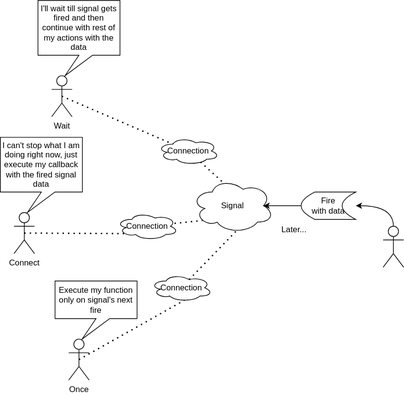
Above: Signal/Concept.svg in BhaskarPanja93/BhariyaRoblox (draw.io), before the change. Source tidied: cells renumbered, new cells last; positions are measured from the earlier drawing's top-left corner, leaving out a move shared by most shapes. Its diagram source:
```xml
<mxGraphModel>
  <root>
    <mxCell id="0" />
    <mxCell id="1" parent="0" />
    <mxCell id="2" value="Signal" style="ellipse;shape=cloud;whiteSpace=wrap;html=1;" parent="1" vertex="1">
      <mxGeometry x="280" y="260" width="120" height="80" as="geometry" />
    </mxCell>
    <mxCell id="3" value="Wait" style="shape=umlActor;verticalLabelPosition=bottom;verticalAlign=top;html=1;outlineConnect=0;" parent="1" vertex="1">
      <mxGeometry x="75" y="110" width="30" height="60" as="geometry" />
    </mxCell>
    <mxCell id="4" value="Connect" style="shape=umlActor;verticalLabelPosition=bottom;verticalAlign=top;html=1;outlineConnect=0;" parent="1" vertex="1">
      <mxGeometry x="20" y="310" width="30" height="60" as="geometry" />
    </mxCell>
    <mxCell id="5" style="endArrow=none;dashed=1;html=1;dashPattern=1 3;strokeWidth=2;rounded=0;exitX=0.5;exitY=0.5;exitDx=0;exitDy=0;exitPerimeter=0;entryX=0.4;entryY=0.1;entryDx=0;entryDy=0;entryPerimeter=0;" parent="1" edge="1" source="10" target="2">
      <mxGeometry relative="1" as="geometry" />
    </mxCell>
    <mxCell id="6" style="endArrow=none;dashed=1;html=1;dashPattern=1 3;strokeWidth=2;rounded=0;entryX=0.13;entryY=0.77;entryDx=0;entryDy=0;entryPerimeter=0;exitX=0.5;exitY=0.5;exitDx=0;exitDy=0;exitPerimeter=0;" parent="1" edge="1" source="8" target="2">
      <mxGeometry relative="1" as="geometry" />
    </mxCell>
    <mxCell id="7" style="endArrow=none;dashed=1;html=1;dashPattern=1 3;strokeWidth=2;rounded=0;entryX=0.13;entryY=0.77;entryDx=0;entryDy=0;entryPerimeter=0;exitX=0.5;exitY=0.5;exitDx=0;exitDy=0;exitPerimeter=0;" parent="1" edge="1" source="4" target="8">
      <mxGeometry relative="1" as="geometry" />
    </mxCell>
    <mxCell id="8" value="Connection" style="ellipse;shape=cloud;whiteSpace=wrap;html=1;" parent="1" vertex="1">
      <mxGeometry x="170" y="310" width="90" height="40" as="geometry" />
    </mxCell>
    <mxCell id="9" style="endArrow=none;dashed=1;html=1;dashPattern=1 3;strokeWidth=2;rounded=0;exitX=0.5;exitY=0.5;exitDx=0;exitDy=0;exitPerimeter=0;entryX=0.25;entryY=0.25;entryDx=0;entryDy=0;entryPerimeter=0;" parent="1" edge="1" source="3" target="10">
      <mxGeometry relative="1" as="geometry" />
    </mxCell>
    <mxCell id="10" value="Connection" style="ellipse;shape=cloud;whiteSpace=wrap;html=1;" parent="1" vertex="1">
      <mxGeometry x="230" y="200" width="90" height="40" as="geometry" />
    </mxCell>
    <mxCell id="11" value="I'll wait till signal gets fired and then continue with rest of my actions with the data" style="shape=callout;whiteSpace=wrap;html=1;perimeter=calloutPerimeter;position2=0.33;" parent="1" vertex="1">
      <mxGeometry x="55" width="120" height="110" as="geometry" />
    </mxCell>
    <mxCell id="12" value="I can't stop what I am doing right now, just execute my callback with the fired signal data" style="shape=callout;whiteSpace=wrap;html=1;perimeter=calloutPerimeter;position2=0.33;" parent="1" vertex="1">
      <mxGeometry y="200" width="120" height="110" as="geometry" />
    </mxCell>
    <mxCell id="13" style="edgeStyle=orthogonalEdgeStyle;rounded=0;jettySize=auto;html=1;entryX=0.875;entryY=0.5;entryDx=0;entryDy=0;entryPerimeter=0;exitX=0;exitY=0.5;exitDx=0;exitDy=0;" parent="1" edge="1" source="16" target="2">
      <mxGeometry relative="1" as="geometry" />
    </mxCell>
    <mxCell id="14" style="edgeStyle=orthogonalEdgeStyle;rounded=0;jettySize=auto;html=1;exitX=0.5;exitY=0;exitDx=0;exitDy=0;exitPerimeter=0;entryX=1;entryY=0.5;entryDx=0;entryDy=0;curved=1;" parent="1" edge="1" source="15" target="16">
      <mxGeometry relative="1" as="geometry" />
    </mxCell>
    <mxCell id="15" style="shape=umlActor;verticalLabelPosition=bottom;verticalAlign=top;html=1;outlineConnect=0;" parent="1" vertex="1">
      <mxGeometry x="560" y="330" width="30" height="60" as="geometry" />
    </mxCell>
    <mxCell id="16" value="Fire &lt;br&gt;with data" style="shape=dataStorage;whiteSpace=wrap;html=1;fixedSize=1;" parent="1" vertex="1">
      <mxGeometry x="440" y="280" width="80" height="40" as="geometry" />
    </mxCell>
    <mxCell id="17" value="Later..." style="text;html=1;strokeColor=none;fillColor=none;align=center;verticalAlign=middle;whiteSpace=wrap;rounded=0;" parent="1" vertex="1">
      <mxGeometry x="400" y="320" width="60" height="30" as="geometry" />
    </mxCell>
    <mxCell id="18" value="Once" style="shape=umlActor;verticalLabelPosition=bottom;verticalAlign=top;html=1;outlineConnect=0;" parent="1" vertex="1">
      <mxGeometry x="100" y="495" width="30" height="60" as="geometry" />
    </mxCell>
    <mxCell id="19" value="Execute my function only on signal's next fire" style="shape=callout;whiteSpace=wrap;html=1;perimeter=calloutPerimeter;position2=0.33;" parent="1" vertex="1">
      <mxGeometry x="80" y="410" width="120" height="85" as="geometry" />
    </mxCell>
    <mxCell id="20" value="Connection" style="ellipse;shape=cloud;whiteSpace=wrap;html=1;" parent="1" vertex="1">
      <mxGeometry x="220" y="400" width="90" height="40" as="geometry" />
    </mxCell>
    <mxCell id="21" style="endArrow=none;dashed=1;html=1;dashPattern=1 3;strokeWidth=2;rounded=0;entryX=0.55;entryY=0.95;entryDx=0;entryDy=0;entryPerimeter=0;exitX=0.625;exitY=0.2;exitDx=0;exitDy=0;exitPerimeter=0;" parent="1" edge="1" source="20" target="2">
      <mxGeometry relative="1" as="geometry" />
    </mxCell>
    <mxCell id="22" style="endArrow=none;dashed=1;html=1;dashPattern=1 3;strokeWidth=2;rounded=0;exitX=0.5;exitY=0.5;exitDx=0;exitDy=0;exitPerimeter=0;entryX=0.55;entryY=0.95;entryDx=0;entryDy=0;entryPerimeter=0;" parent="1" edge="1" source="18" target="20">
      <mxGeometry relative="1" as="geometry" />
    </mxCell>
  </root>
</mxGraphModel>
```
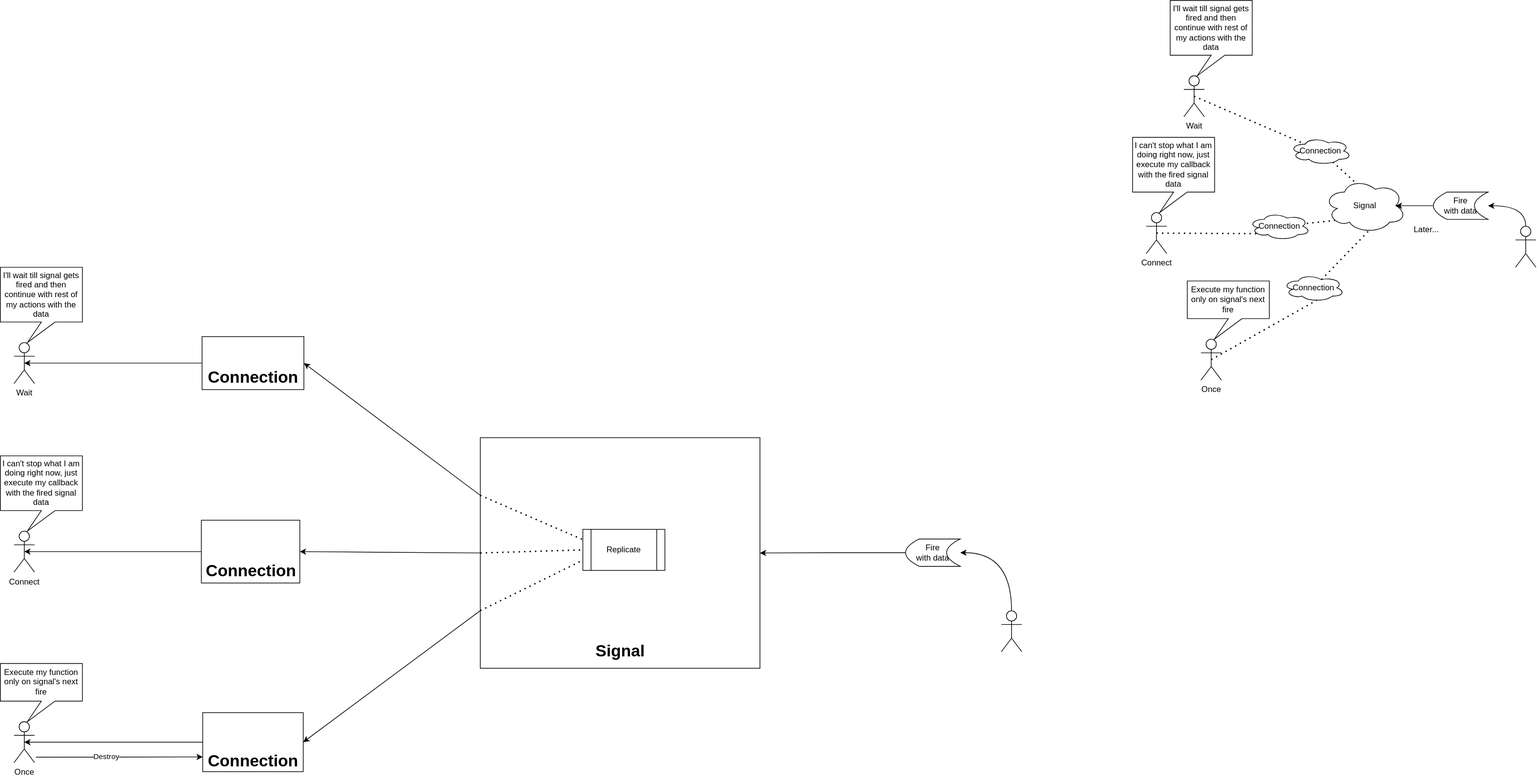
Later version of the same file.

What changed in the source:
```diff
@@ -65,5 +65,97 @@
     <mxCell id="22" style="endArrow=none;dashed=1;html=1;dashPattern=1 3;strokeWidth=2;rounded=0;exitX=0.5;exitY=0.5;exitDx=0;exitDy=0;exitPerimeter=0;entryX=0.55;entryY=0.95;entryDx=0;entryDy=0;entryPerimeter=0;" parent="1" edge="1" source="18" target="20">
       <mxGeometry relative="1" as="geometry" />
     </mxCell>
+    <mxCell id="23" style="rounded=0;whiteSpace=wrap;html=1;" parent="1" vertex="1">
+      <mxGeometry x="-954" y="639" width="409" height="337" as="geometry" />
+    </mxCell>
+    <mxCell id="24" style="rounded=0;whiteSpace=wrap;html=1;" parent="1" vertex="1">
+      <mxGeometry x="-1360" y="1040.9" width="147" height="86.2" as="geometry" />
+    </mxCell>
+    <mxCell id="25" style="rounded=0;whiteSpace=wrap;html=1;" parent="1" vertex="1">
+      <mxGeometry x="-1362" y="759.6" width="144" height="91.8" as="geometry" />
+    </mxCell>
+    <mxCell id="26" style="rounded=0;whiteSpace=wrap;html=1;" parent="1" vertex="1">
+      <mxGeometry x="-1361" y="491.2" width="149" height="77.5" as="geometry" />
+    </mxCell>
+    <mxCell id="27" value="&lt;h1&gt;Signal&lt;/h1&gt;" style="text;html=1;strokeColor=none;fillColor=none;align=center;verticalAlign=middle;whiteSpace=wrap;rounded=0;" parent="1" vertex="1">
+      <mxGeometry x="-779.5" y="936" width="60" height="30" as="geometry" />
+    </mxCell>
+    <mxCell id="28" value="&lt;h1&gt;Connection&lt;/h1&gt;" style="text;html=1;strokeColor=none;fillColor=none;align=center;verticalAlign=middle;whiteSpace=wrap;rounded=0;" parent="1" vertex="1">
+      <mxGeometry x="-1316.5" y="536" width="60" height="30" as="geometry" />
+    </mxCell>
+    <mxCell id="29" value="&lt;h1&gt;Connection&lt;/h1&gt;" style="text;html=1;strokeColor=none;fillColor=none;align=center;verticalAlign=middle;whiteSpace=wrap;rounded=0;" parent="1" vertex="1">
+      <mxGeometry x="-1319" y="818.9" width="60" height="30" as="geometry" />
+    </mxCell>
+    <mxCell id="30" value="&lt;h1&gt;Connection&lt;/h1&gt;" style="text;html=1;strokeColor=none;fillColor=none;align=center;verticalAlign=middle;whiteSpace=wrap;rounded=0;" parent="1" vertex="1">
+      <mxGeometry x="-1316.5" y="1097.1" width="60" height="30" as="geometry" />
+    </mxCell>
+    <mxCell id="31" value="Wait" style="shape=umlActor;verticalLabelPosition=bottom;verticalAlign=top;html=1;outlineConnect=0;" parent="1" vertex="1">
+      <mxGeometry x="-1636" y="500" width="30" height="60" as="geometry" />
+    </mxCell>
+    <mxCell id="32" value="I'll wait till signal gets fired and then continue with rest of my actions with the data" style="shape=callout;whiteSpace=wrap;html=1;perimeter=calloutPerimeter;position2=0.33;" parent="1" vertex="1">
+      <mxGeometry x="-1656" y="390" width="120" height="110" as="geometry" />
+    </mxCell>
+    <mxCell id="33" value="Connect" style="shape=umlActor;verticalLabelPosition=bottom;verticalAlign=top;html=1;outlineConnect=0;" parent="1" vertex="1">
+      <mxGeometry x="-1636" y="775.5" width="30" height="60" as="geometry" />
+    </mxCell>
+    <mxCell id="34" value="I can't stop what I am doing right now, just execute my callback with the fired signal data" style="shape=callout;whiteSpace=wrap;html=1;perimeter=calloutPerimeter;position2=0.33;" parent="1" vertex="1">
+      <mxGeometry x="-1656" y="665.5" width="120" height="110" as="geometry" />
+    </mxCell>
+    <mxCell id="35" value="Once" style="shape=umlActor;verticalLabelPosition=bottom;verticalAlign=top;html=1;outlineConnect=0;" parent="1" vertex="1">
+      <mxGeometry x="-1636" y="1054" width="30" height="60" as="geometry" />
+    </mxCell>
+    <mxCell id="36" value="Execute my function only on signal's next fire" style="shape=callout;whiteSpace=wrap;html=1;perimeter=calloutPerimeter;position2=0.33;" parent="1" vertex="1">
+      <mxGeometry x="-1656" y="969" width="120" height="85" as="geometry" />
+    </mxCell>
+    <mxCell id="37" style="edgeStyle=orthogonalEdgeStyle;rounded=0;jettySize=auto;html=1;exitX=0.5;exitY=0;exitDx=0;exitDy=0;exitPerimeter=0;entryX=1;entryY=0.5;entryDx=0;entryDy=0;curved=1;" parent="1" edge="1" source="38" target="40">
+      <mxGeometry relative="1" as="geometry" />
+    </mxCell>
+    <mxCell id="38" style="shape=umlActor;verticalLabelPosition=bottom;verticalAlign=top;html=1;outlineConnect=0;" parent="1" vertex="1">
+      <mxGeometry x="-192" y="892" width="30" height="60" as="geometry" />
+    </mxCell>
+    <mxCell id="39" style="edgeStyle=orthogonalEdgeStyle;rounded=0;jettySize=auto;html=1;entryX=1;entryY=0.5;entryDx=0;entryDy=0;" parent="1" edge="1" source="40" target="23">
+      <mxGeometry relative="1" as="geometry" />
+    </mxCell>
+    <mxCell id="40" value="Fire &lt;br&gt;with data" style="shape=dataStorage;whiteSpace=wrap;html=1;fixedSize=1;" parent="1" vertex="1">
+      <mxGeometry x="-332" y="787" width="80" height="40" as="geometry" />
+    </mxCell>
+    <mxCell id="41" style="endArrow=classic;html=1;rounded=0;entryX=1;entryY=0.5;entryDx=0;entryDy=0;exitX=0;exitY=0.25;exitDx=0;exitDy=0;" parent="1" edge="1" source="23" target="26">
+      <mxGeometry relative="1" as="geometry" />
+    </mxCell>
+    <mxCell id="42" style="endArrow=classic;html=1;rounded=0;entryX=1;entryY=0.5;entryDx=0;entryDy=0;exitX=0;exitY=0.5;exitDx=0;exitDy=0;" parent="1" edge="1" source="23" target="25">
+      <mxGeometry relative="1" as="geometry" />
+    </mxCell>
+    <mxCell id="43" style="endArrow=classic;html=1;rounded=0;entryX=1;entryY=0.5;entryDx=0;entryDy=0;exitX=0;exitY=0.75;exitDx=0;exitDy=0;" parent="1" edge="1" source="23" target="24">
+      <mxGeometry relative="1" as="geometry" />
+    </mxCell>
+    <mxCell id="44" style="endArrow=classic;html=1;rounded=0;entryX=0.5;entryY=0.5;entryDx=0;entryDy=0;exitX=0;exitY=0.5;exitDx=0;exitDy=0;entryPerimeter=0;" parent="1" edge="1" source="24" target="35">
+      <mxGeometry relative="1" as="geometry" />
+    </mxCell>
+    <mxCell id="45" style="endArrow=classic;html=1;rounded=0;entryX=0.5;entryY=0.5;entryDx=0;entryDy=0;exitX=0;exitY=0.5;exitDx=0;exitDy=0;entryPerimeter=0;" parent="1" edge="1" source="25" target="33">
+      <mxGeometry relative="1" as="geometry" />
+    </mxCell>
+    <mxCell id="46" style="endArrow=classic;html=1;rounded=0;entryX=0.5;entryY=0.5;entryDx=0;entryDy=0;exitX=0;exitY=0.5;exitDx=0;exitDy=0;entryPerimeter=0;" parent="1" edge="1" source="26" target="31">
+      <mxGeometry relative="1" as="geometry" />
+    </mxCell>
+    <mxCell id="47" style="endArrow=none;dashed=1;html=1;dashPattern=1 3;strokeWidth=2;rounded=0;exitX=0;exitY=0.5;exitDx=0;exitDy=0;entryX=0;entryY=0.5;entryDx=0;entryDy=0;" parent="1" edge="1" source="23" target="50">
+      <mxGeometry relative="1" as="geometry" />
+    </mxCell>
+    <mxCell id="48" style="endArrow=none;dashed=1;html=1;dashPattern=1 3;strokeWidth=2;rounded=0;exitX=0;exitY=0.75;exitDx=0;exitDy=0;entryX=0;entryY=0.75;entryDx=0;entryDy=0;" parent="1" edge="1" source="23" target="50">
+      <mxGeometry relative="1" as="geometry" />
+    </mxCell>
+    <mxCell id="49" style="endArrow=none;dashed=1;html=1;dashPattern=1 3;strokeWidth=2;rounded=0;exitX=0;exitY=0.25;exitDx=0;exitDy=0;entryX=0;entryY=0.25;entryDx=0;entryDy=0;" parent="1" edge="1" source="23" target="50">
+      <mxGeometry relative="1" as="geometry" />
+    </mxCell>
+    <mxCell id="50" value="Replicate" style="shape=process;whiteSpace=wrap;html=1;backgroundOutline=1;" parent="1" vertex="1">
+      <mxGeometry x="-804" y="773" width="120" height="60" as="geometry" />
+    </mxCell>
+    <mxCell id="51" style="endArrow=classic;html=1;rounded=0;entryX=0;entryY=0.75;entryDx=0;entryDy=0;" parent="1" edge="1" target="24">
+      <mxGeometry relative="1" as="geometry">
+        <mxPoint x="-1604" y="1106" as="sourcePoint" />
+      </mxGeometry>
+    </mxCell>
+    <mxCell id="52" value="Destroy" style="edgeLabel;html=1;align=center;verticalAlign=middle;" parent="51" vertex="1">
+      <mxGeometry x="-0.16" y="1" relative="1" as="geometry" />
+    </mxCell>
   </root>
 </mxGraphModel>
```
